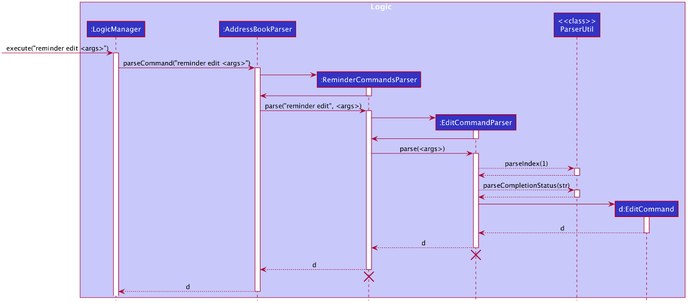
Earlier version of the PlantUML export docs/images/ReminderEditSequenceDiagram.png (sebastiantoh/tp). Its source is kept beside it as docs/diagrams/ReminderEditSequenceDiagram.puml. Its diagram source:
```plantuml
@startuml
!include style.puml

box Logic LOGIC_COLOR_T1
participant ":LogicManager" as LogicManager LOGIC_COLOR
participant ":AddressBookParser" as AddressBookParser LOGIC_COLOR
participant ":ReminderCommandsParser" as ReminderCommandsParser LOGIC_COLOR
participant ":EditCommandParser" as EditCommandParser LOGIC_COLOR
participant "<<class>>\nParserUtil" as ParserUtil LOGIC_COLOR
participant "d:EditCommand" as EditCommand LOGIC_COLOR
end box

[-> LogicManager : execute("reminder edit <args>")
activate LogicManager

LogicManager -> AddressBookParser : parseCommand("reminder edit <args>")
activate AddressBookParser

create ReminderCommandsParser
AddressBookParser -> ReminderCommandsParser
activate ReminderCommandsParser

ReminderCommandsParser -> AddressBookParser
deactivate ReminderCommandsParser

AddressBookParser -> ReminderCommandsParser : parse("reminder edit", <args>)
activate ReminderCommandsParser

create EditCommandParser
ReminderCommandsParser -> EditCommandParser
activate EditCommandParser

EditCommandParser -> ReminderCommandsParser
deactivate EditCommandParser

ReminderCommandsParser -> EditCommandParser : parse(<args>)
activate EditCommandParser

EditCommandParser --> ParserUtil : parseIndex(1)
activate ParserUtil

ParserUtil --> EditCommandParser
deactivate ParserUtil

EditCommandParser --> ParserUtil : parseCompletionStatus(str)
activate ParserUtil

ParserUtil --> EditCommandParser
deactivate ParserUtil

create EditCommand
EditCommandParser -> EditCommand
activate EditCommand

EditCommand --> EditCommandParser : d
deactivate EditCommand

EditCommandParser --> ReminderCommandsParser : d
deactivate EditCommandParser

EditCommandParser -[hidden]-> ReminderCommandsParser
destroy EditCommandParser

ReminderCommandsParser --> AddressBookParser : d
deactivate ReminderCommandsParser

ReminderCommandsParser -[hidden]-> AddressBookParser
destroy ReminderCommandsParser

AddressBookParser --> LogicManager : d
deactivate AddressBookParser
@enduml
```
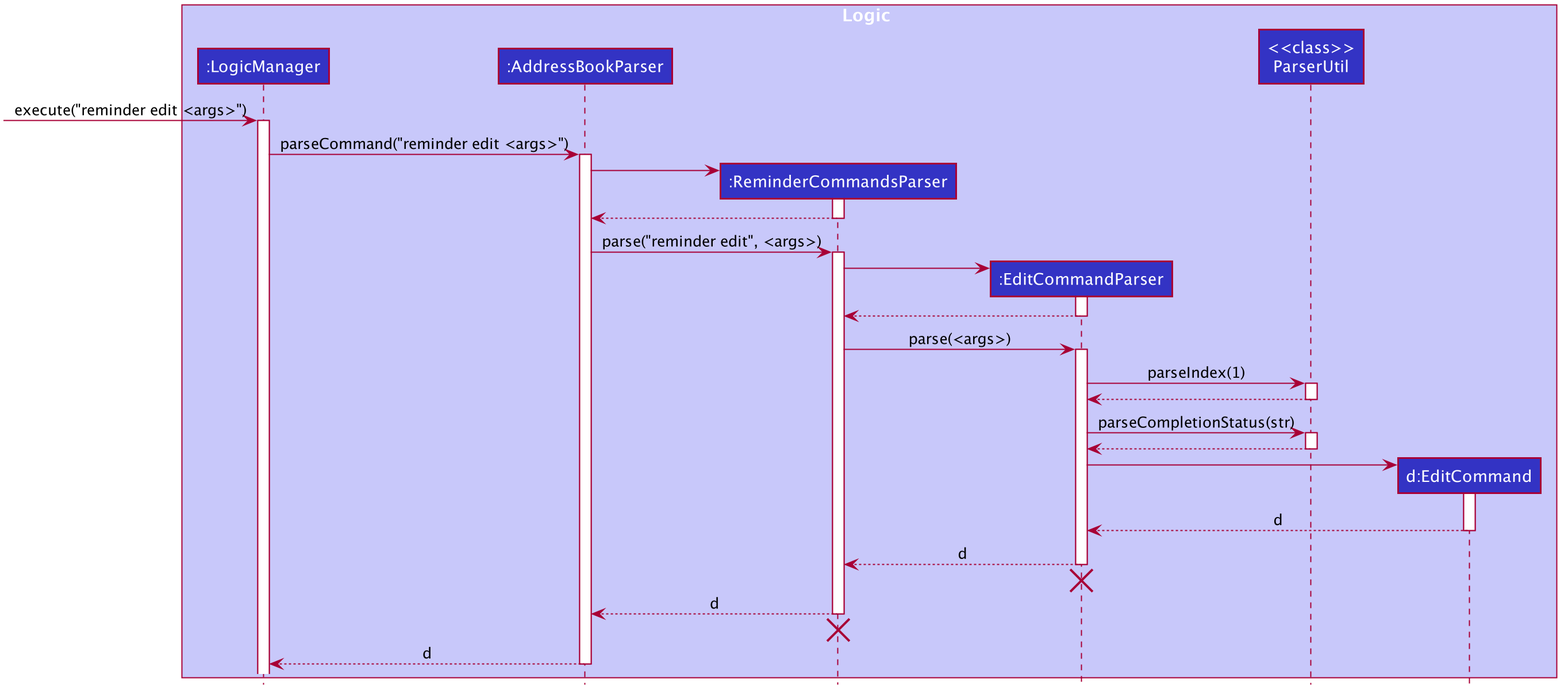
After the commit.

Change to the diagram source:
```diff
@@ -20,7 +20,7 @@
 AddressBookParser -> ReminderCommandsParser
 activate ReminderCommandsParser
 
-ReminderCommandsParser -> AddressBookParser
+ReminderCommandsParser --> AddressBookParser
 deactivate ReminderCommandsParser
 
 AddressBookParser -> ReminderCommandsParser : parse("reminder edit", <args>)
@@ -30,19 +30,19 @@
 ReminderCommandsParser -> EditCommandParser
 activate EditCommandParser
 
-EditCommandParser -> ReminderCommandsParser
+EditCommandParser --> ReminderCommandsParser
 deactivate EditCommandParser
 
 ReminderCommandsParser -> EditCommandParser : parse(<args>)
 activate EditCommandParser
 
-EditCommandParser --> ParserUtil : parseIndex(1)
+EditCommandParser -> ParserUtil : parseIndex(1)
 activate ParserUtil
 
 ParserUtil --> EditCommandParser
 deactivate ParserUtil
 
-EditCommandParser --> ParserUtil : parseCompletionStatus(str)
+EditCommandParser -> ParserUtil : parseCompletionStatus(str)
 activate ParserUtil
 
 ParserUtil --> EditCommandParser
```
